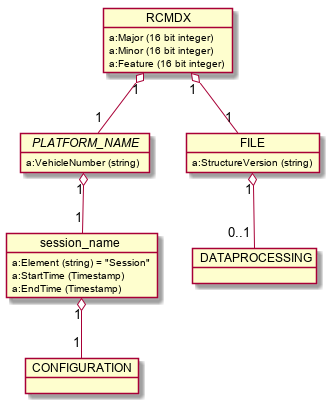
This is images/generated/rcmdx_root_group.png from OpenRailAssociation/rcm-dx, a PlantUML export, as it was before one commit.
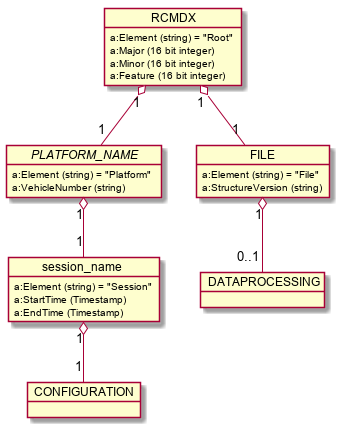
Above is the later version.

Diff of the diagram source:
```diff
@@ -1,17 +1,20 @@
 @startuml rcmdx_root_group
 
   object RCMDX {
+    a:Element (string) = "Root"
     a:Major (16 bit integer)
     a:Minor (16 bit integer)
     a:Feature (16 bit integer)
   }
 
   object "//PLATFORM_NAME//" as PLATFORM {
+    a:Element (string) = "Platform"
     a:VehicleNumber (string)
   }
   RCMDX "1" o-- "1" PLATFORM
 
   object FILE {
+    a:Element (string) = "File"
     a:StructureVersion (string)
   }
   RCMDX "1" o-- "1" FILE
```
